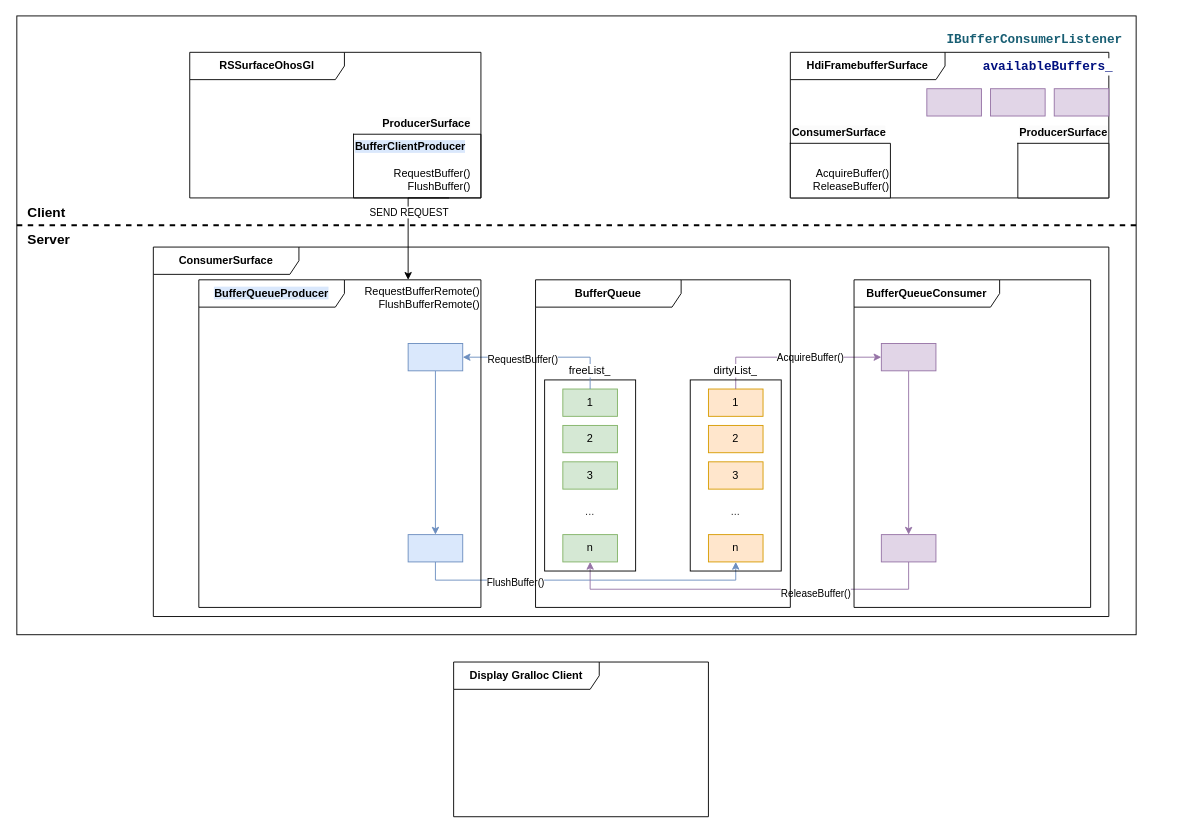
This is doc/picture/bufferqueue.drawio from openeuler-mirror/ft_engine, a draw.io file, before an edit. Source tidied: cells renumbered, new cells numbered last; positions are measured from the earlier drawing's top-left corner, leaving out a move shared by most shapes. Both pictures are drawn from the tidied source at 91%, with x=0, y=0 at pixel (16, 15).
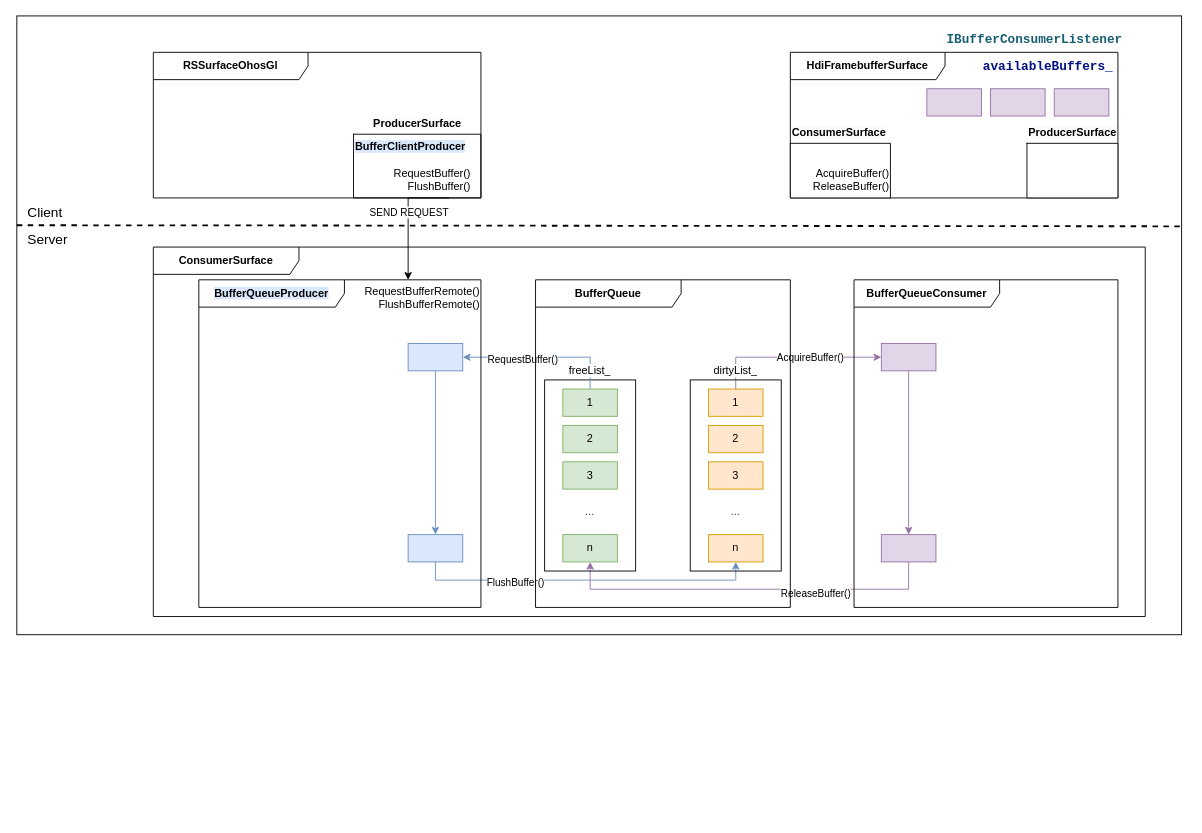
The same page after the edit.

Diff of the diagram source:
```diff
@@
+    <mxCell id="44" value="&lt;b&gt;ConsumerSurface&lt;/b&gt;" style="shape=umlFrame;whiteSpace=wrap;html=1;width=160;" parent="1" vertex="1">
+      <mxGeometry x="150" y="254" width="1090" height="406" as="geometry" />
+    </mxCell>
     <mxCell id="2" style="rounded=0;whiteSpace=wrap;html=1;fillColor=none;" parent="1" vertex="1">
-      <mxGeometry width="1230" height="680" as="geometry" />
+      <mxGeometry width="1280" height="680" as="geometry" />
     </mxCell>
@@
     <mxCell id="36" value="&lt;b&gt;BufferQueueConsumer&lt;/b&gt;" style="shape=umlFrame;whiteSpace=wrap;html=1;width=160;" parent="1" vertex="1">
-      <mxGeometry x="920" y="290" width="260" height="360" as="geometry" />
+      <mxGeometry x="920" y="290" width="290" height="360" as="geometry" />
     </mxCell>
@@
     <mxCell id="40" value="&lt;b&gt;RSSurfaceOhosGl&lt;/b&gt;" style="shape=umlFrame;whiteSpace=wrap;html=1;width=170;" parent="1" vertex="1">
-      <mxGeometry x="190" y="40" width="320" height="160" as="geometry" />
+      <mxGeometry x="150" y="40" width="360" height="160" as="geometry" />
     </mxCell>
     <mxCell id="41" value="&lt;b style=&quot;border-color: var(--border-color);&quot;&gt;&lt;span style=&quot;background-color: rgb(218, 232, 252);&quot;&gt;BufferClientProducer&lt;br&gt;&lt;br&gt;&lt;br&gt;&lt;/span&gt;&lt;br&gt;&lt;/b&gt;" style="shape=partialRectangle;html=1;top=1;align=left;fillColor=none;" parent="40" vertex="1">
-      <mxGeometry x="180" y="90" width="140" height="70" as="geometry" />
+      <mxGeometry x="220" y="90" width="140" height="70" as="geometry" />
     </mxCell>
     <mxCell id="42" value="RequestBuffer()&lt;br&gt;FlushBuffer()" style="text;html=1;align=right;verticalAlign=middle;strokeColor=none;fillColor=none;" parent="40" vertex="1">
-      <mxGeometry x="200" y="120" width="110" height="40" as="geometry" />
+      <mxGeometry x="240" y="120" width="110" height="40" as="geometry" />
     </mxCell>
     <mxCell id="43" value="&lt;b style=&quot;border-color: var(--border-color); color: rgb(0, 0, 0); font-family: Helvetica; font-size: 12px; font-style: normal; font-variant-ligatures: normal; font-variant-caps: normal; letter-spacing: normal; orphans: 2; text-align: center; text-indent: 0px; text-transform: none; widows: 2; word-spacing: 0px; -webkit-text-stroke-width: 0px; background-color: rgb(251, 251, 251); text-decoration-thickness: initial; text-decoration-style: initial; text-decoration-color: initial;&quot;&gt;ProducerSurface&lt;/b&gt;" style="text;whiteSpace=wrap;html=1;" parent="40" vertex="1">
-      <mxGeometry x="210" y="65" width="110" height="30" as="geometry" />
+      <mxGeometry x="240" y="65" width="110" height="30" as="geometry" />
     </mxCell>
-    <mxCell id="44" value="&lt;b&gt;ConsumerSurface&lt;/b&gt;" style="shape=umlFrame;whiteSpace=wrap;html=1;width=160;" parent="1" vertex="1">
-      <mxGeometry x="150" y="254" width="1050" height="406" as="geometry" />
-    </mxCell>
-    <mxCell id="45" style="endArrow=none;dashed=1;html=1;strokeWidth=2;rounded=0;entryX=0.999;entryY=0.318;entryDx=0;entryDy=0;entryPerimeter=0;" parent="1" edge="1">
+    <mxCell id="45" style="endArrow=none;dashed=1;html=1;strokeWidth=2;rounded=0;entryX=1.003;entryY=0.34;entryDx=0;entryDy=0;entryPerimeter=0;" parent="1" edge="1" target="2">
       <mxGeometry relative="1" as="geometry">
         <mxPoint y="230" as="sourcePoint" />
-        <mxPoint x="1230" y="230" as="targetPoint" />
       </mxGeometry>
     </mxCell>
-    <mxCell id="46" value="&lt;b style=&quot;font-size: 15px;&quot;&gt;Client&lt;/b&gt;" style="text;html=1;align=left;verticalAlign=middle;strokeColor=none;fillColor=none;fontSize=15;" parent="1" vertex="1">
-      <mxGeometry x="10" y="200" width="70" height="30" as="geometry" />
+    <mxCell id="46" value="&lt;span style=&quot;font-size: 15px; font-weight: normal;&quot;&gt;Client&lt;/span&gt;" style="text;html=1;align=left;verticalAlign=middle;strokeColor=none;fillColor=none;fontSize=15;fontStyle=1;" parent="1" vertex="1">
+      <mxGeometry x="10" y="200" width="60" height="30" as="geometry" />
     </mxCell>
-    <mxCell id="47" value="&lt;b style=&quot;font-size: 15px;&quot;&gt;Server&lt;/b&gt;" style="text;html=1;align=left;verticalAlign=middle;strokeColor=none;fillColor=none;fontSize=15;" parent="1" vertex="1">
+    <mxCell id="47" value="&lt;span style=&quot;font-size: 15px;&quot;&gt;Server&lt;/span&gt;" style="text;html=1;align=left;verticalAlign=middle;strokeColor=none;fillColor=none;fontSize=15;" parent="1" vertex="1">
       <mxGeometry x="10" y="230" width="70" height="30" as="geometry" />
     </mxCell>
-    <mxCell id="48" value="&lt;b&gt;Display Gralloc Client&lt;/b&gt;" style="shape=umlFrame;whiteSpace=wrap;html=1;width=160;" parent="1" vertex="1">
-      <mxGeometry x="480" y="710" width="280" height="170" as="geometry" />
-    </mxCell>
     <mxCell id="49" value="&lt;b&gt;HdiFramebufferSurface&lt;/b&gt;" style="shape=umlFrame;whiteSpace=wrap;html=1;width=170;" parent="1" vertex="1">
-      <mxGeometry x="850" y="40" width="350" height="160" as="geometry" />
+      <mxGeometry x="850" y="40" width="360" height="160" as="geometry" />
     </mxCell>
@@
     <mxCell id="51" value="&lt;b style=&quot;border-color: var(--border-color); color: rgb(0, 0, 0); font-family: Helvetica; font-size: 12px; font-style: normal; font-variant-ligatures: normal; font-variant-caps: normal; letter-spacing: normal; orphans: 2; text-align: center; text-indent: 0px; text-transform: none; widows: 2; word-spacing: 0px; -webkit-text-stroke-width: 0px; background-color: rgb(251, 251, 251); text-decoration-thickness: initial; text-decoration-style: initial; text-decoration-color: initial;&quot;&gt;ProducerSurface&lt;/b&gt;" style="text;whiteSpace=wrap;html=1;" parent="49" vertex="1">
-      <mxGeometry x="250" y="74" width="110" height="30" as="geometry" />
+      <mxGeometry x="260" y="74" width="110" height="30" as="geometry" />
     </mxCell>
@@
+    <mxCell id="57" value="&lt;b style=&quot;border-color: var(--border-color);&quot;&gt;&lt;br&gt;&lt;/b&gt;" style="shape=partialRectangle;html=1;top=1;align=left;" parent="49" vertex="1">
+      <mxGeometry x="260" y="100" width="100" height="60" as="geometry" />
+    </mxCell>
@@
-    <mxCell id="57" value="&lt;b style=&quot;border-color: var(--border-color);&quot;&gt;&lt;br&gt;&lt;/b&gt;" style="shape=partialRectangle;html=1;top=1;align=left;" parent="1" vertex="1">
-      <mxGeometry x="1100" y="140" width="100" height="60" as="geometry" />
-    </mxCell>
```
